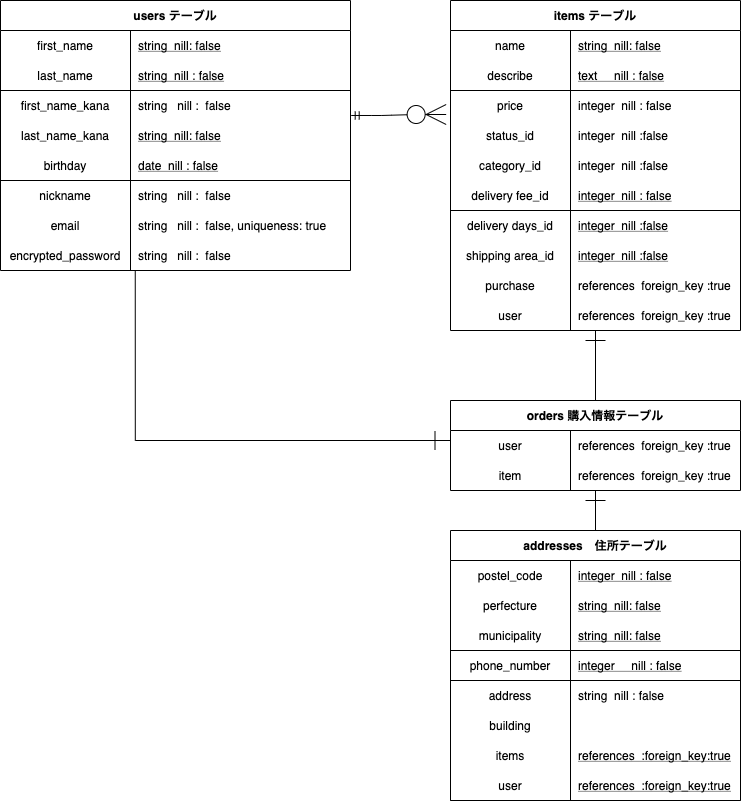
zerechi-m/furima-34474 keeps this draw.io diagram as ER_map.drawio.png. Above is the earlier version. Source tidied: cells renumbered, new cells last; positions are measured from the earlier drawing's top-left corner, leaving out a move shared by most shapes.
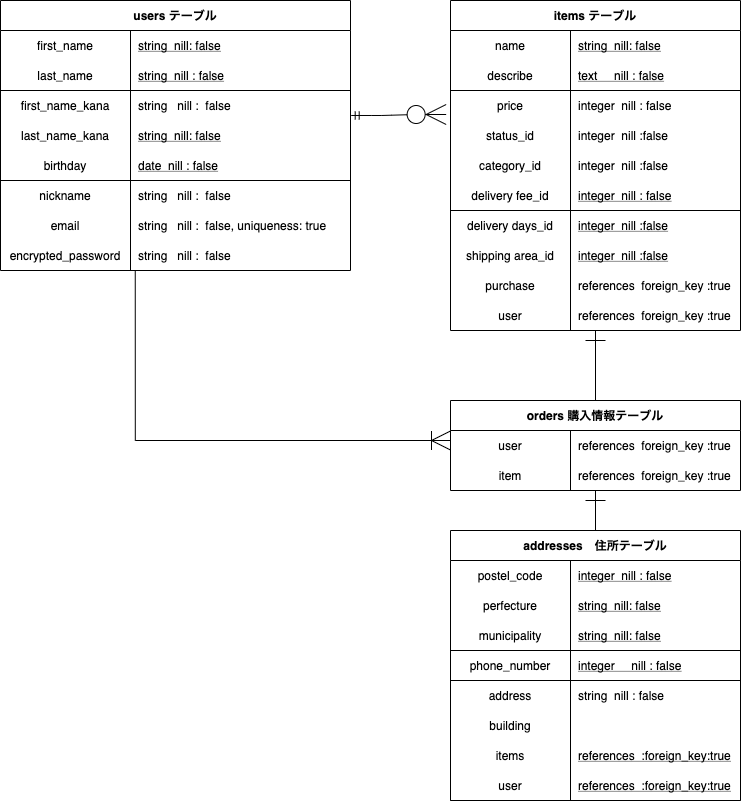
The same diagram one commit later.

Change to the diagram source:
```diff
@@ -248,12 +248,10 @@
     <mxCell id="83" value="references  :foreign_key:true" style="shape=partialRectangle;fillColor=none;top=0;left=0;bottom=0;right=0;align=left;spacingLeft=6;fontStyle=4;overflow=hidden;" parent="81" vertex="1">
       <mxGeometry x="120" width="170" height="30" as="geometry" />
     </mxCell>
-    <mxCell id="84" style="edgeStyle=orthogonalEdgeStyle;fontSize=12;html=1;endArrow=ERone;endFill=0;endSize=17;rounded=0;startSize=9;exitX=0.385;exitY=1;exitDx=0;exitDy=0;exitPerimeter=0;" parent="1" edge="1" source="24">
+    <mxCell id="84" style="edgeStyle=orthogonalEdgeStyle;fontSize=12;html=1;endArrow=ERoneToMany;endFill=0;endSize=17;rounded=0;startSize=9;exitX=0.385;exitY=1;exitDx=0;exitDy=0;exitPerimeter=0;" parent="1" edge="1" source="24" target="88">
       <mxGeometry relative="1" as="geometry">
-        <mxPoint x="425" y="440" as="targetPoint" />
         <Array as="points">
           <mxPoint x="135" y="440" />
-          <mxPoint x="450" y="440" />
         </Array>
       </mxGeometry>
     </mxCell>
```
